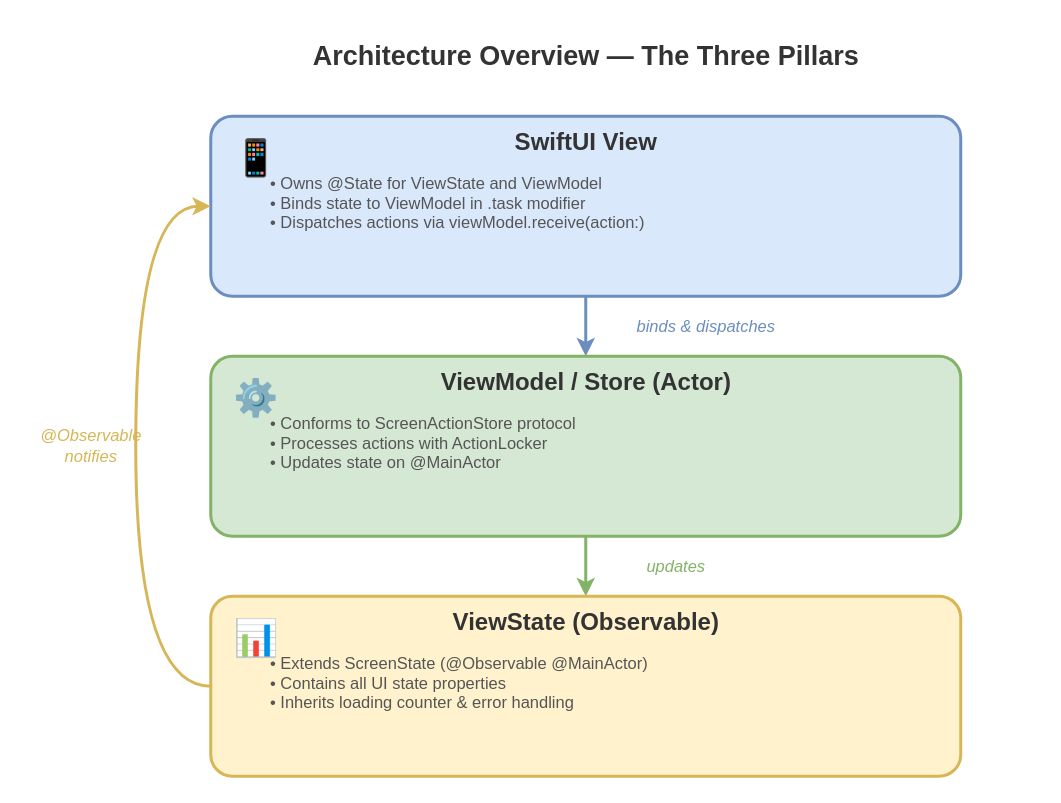
The draw.io diagram docs/images/architecture-overview.drawio in anthony1810/ScreenStateKit, before the edit. Source tidied: cells renumbered, new cells numbered last; positions are measured from the earlier drawing's top-left corner, leaving out a move shared by most shapes. Both pictures are drawn from the tidied source at 150%, with x=0, y=0 at pixel (30, 26).
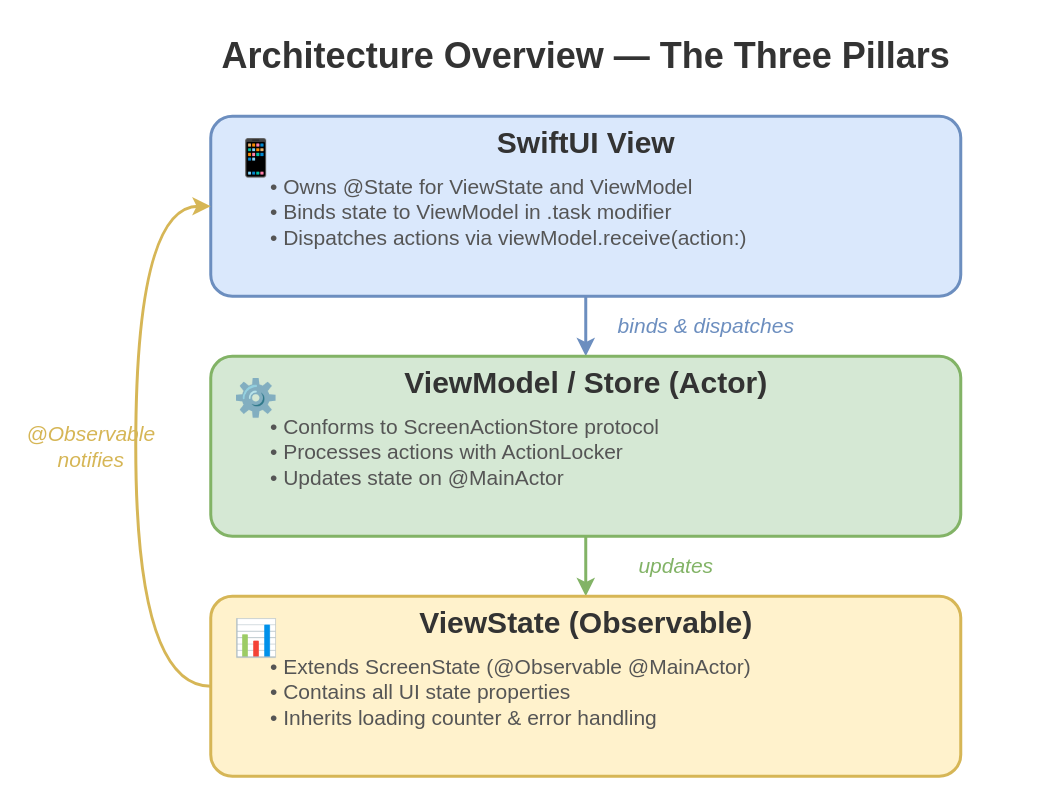
The same page after the edit.

Commit message (it also covers changes not shown here):
Increase font sizes in architecture diagrams

Change to the diagram source:
```diff
@@
-    <mxCell id="2" value="Architecture Overview — The Three Pillars" style="text;html=1;fontSize=18;fontStyle=1;align=center;verticalAlign=middle;fillColor=none;strokeColor=none;fontColor=#333333;" parent="1" vertex="1">
+    <mxCell id="2" value="Architecture Overview — The Three Pillars" style="text;html=1;fontSize=24;fontStyle=1;align=center;verticalAlign=middle;fillColor=none;strokeColor=none;fontColor=#333333;" parent="1" vertex="1">
       <mxGeometry x="70" width="600" height="40" as="geometry" />
     </mxCell>
@@
-    <mxCell id="4" value="SwiftUI View" style="text;html=1;fontSize=16;fontStyle=1;align=center;verticalAlign=middle;fillColor=none;strokeColor=none;fontColor=#333333;" parent="1" vertex="1">
+    <mxCell id="4" value="SwiftUI View" style="text;html=1;fontSize=20;fontStyle=1;align=center;verticalAlign=middle;fillColor=none;strokeColor=none;fontColor=#333333;" parent="1" vertex="1">
       <mxGeometry x="280" y="62" width="180" height="30" as="geometry" />
     </mxCell>
-    <mxCell id="5" value="• Owns @State for ViewState and ViewModel&#10;• Binds state to ViewModel in .task modifier&#10;• Dispatches actions via viewModel.receive(action:)" style="text;html=1;fontSize=11;align=left;verticalAlign=top;fillColor=none;strokeColor=none;fontColor=#555555;spacingLeft=8;" parent="1" vertex="1">
+    <mxCell id="5" value="• Owns @State for ViewState and ViewModel&#10;• Binds state to ViewModel in .task modifier&#10;• Dispatches actions via viewModel.receive(action:)" style="text;html=1;fontSize=14;align=left;verticalAlign=top;fillColor=none;strokeColor=none;fontColor=#555555;spacingLeft=8;" parent="1" vertex="1">
       <mxGeometry x="150" y="92" width="440" height="70" as="geometry" />
     </mxCell>
@@
-    <mxCell id="8" value="binds &amp; dispatches" style="text;html=1;fontSize=11;fontStyle=2;align=center;verticalAlign=middle;fillColor=none;strokeColor=none;fontColor=#6c8ebf;" parent="1" vertex="1">
+    <mxCell id="8" value="binds &amp; dispatches" style="text;html=1;fontSize=14;fontStyle=2;align=center;verticalAlign=middle;fillColor=none;strokeColor=none;fontColor=#6c8ebf;" parent="1" vertex="1">
       <mxGeometry x="390" y="190" width="120" height="20" as="geometry" />
     </mxCell>
@@
-    <mxCell id="10" value="ViewModel / Store (Actor)" style="text;html=1;fontSize=16;fontStyle=1;align=center;verticalAlign=middle;fillColor=none;strokeColor=none;fontColor=#333333;" parent="1" vertex="1">
+    <mxCell id="10" value="ViewModel / Store (Actor)" style="text;html=1;fontSize=20;fontStyle=1;align=center;verticalAlign=middle;fillColor=none;strokeColor=none;fontColor=#333333;" parent="1" vertex="1">
       <mxGeometry x="250" y="222" width="240" height="30" as="geometry" />
     </mxCell>
-    <mxCell id="11" value="• Conforms to ScreenActionStore protocol&#10;• Processes actions with ActionLocker&#10;• Updates state on @MainActor" style="text;html=1;fontSize=11;align=left;verticalAlign=top;fillColor=none;strokeColor=none;fontColor=#555555;spacingLeft=8;" parent="1" vertex="1">
+    <mxCell id="11" value="• Conforms to ScreenActionStore protocol&#10;• Processes actions with ActionLocker&#10;• Updates state on @MainActor" style="text;html=1;fontSize=14;align=left;verticalAlign=top;fillColor=none;strokeColor=none;fontColor=#555555;spacingLeft=8;" parent="1" vertex="1">
       <mxGeometry x="150" y="252" width="440" height="70" as="geometry" />
     </mxCell>
@@
-    <mxCell id="14" value="updates" style="text;html=1;fontSize=11;fontStyle=2;align=center;verticalAlign=middle;fillColor=none;strokeColor=none;fontColor=#82b366;" parent="1" vertex="1">
+    <mxCell id="14" value="updates" style="text;html=1;fontSize=14;fontStyle=2;align=center;verticalAlign=middle;fillColor=none;strokeColor=none;fontColor=#82b366;" parent="1" vertex="1">
       <mxGeometry x="390" y="350" width="80" height="20" as="geometry" />
     </mxCell>
@@
-    <mxCell id="16" value="ViewState (Observable)" style="text;html=1;fontSize=16;fontStyle=1;align=center;verticalAlign=middle;fillColor=none;strokeColor=none;fontColor=#333333;" parent="1" vertex="1">
+    <mxCell id="16" value="ViewState (Observable)" style="text;html=1;fontSize=20;fontStyle=1;align=center;verticalAlign=middle;fillColor=none;strokeColor=none;fontColor=#333333;" parent="1" vertex="1">
       <mxGeometry x="260" y="382" width="220" height="30" as="geometry" />
     </mxCell>
-    <mxCell id="17" value="• Extends ScreenState (@Observable @MainActor)&#10;• Contains all UI state properties&#10;• Inherits loading counter &amp; error handling" style="text;html=1;fontSize=11;align=left;verticalAlign=top;fillColor=none;strokeColor=none;fontColor=#555555;spacingLeft=8;" parent="1" vertex="1">
+    <mxCell id="17" value="• Extends ScreenState (@Observable @MainActor)&#10;• Contains all UI state properties&#10;• Inherits loading counter &amp; error handling" style="text;html=1;fontSize=14;align=left;verticalAlign=top;fillColor=none;strokeColor=none;fontColor=#555555;spacingLeft=8;" parent="1" vertex="1">
       <mxGeometry x="150" y="412" width="440" height="70" as="geometry" />
     </mxCell>
@@
-    <mxCell id="20" value="@Observable&#10;notifies" style="text;html=1;fontSize=11;fontStyle=2;align=center;verticalAlign=middle;fillColor=none;strokeColor=none;fontColor=#d6b656;" parent="1" vertex="1">
+    <mxCell id="20" value="@Observable&#10;notifies" style="text;html=1;fontSize=14;fontStyle=2;align=center;verticalAlign=middle;fillColor=none;strokeColor=none;fontColor=#d6b656;" parent="1" vertex="1">
       <mxGeometry y="260" width="80" height="40" as="geometry" />
     </mxCell>
```
